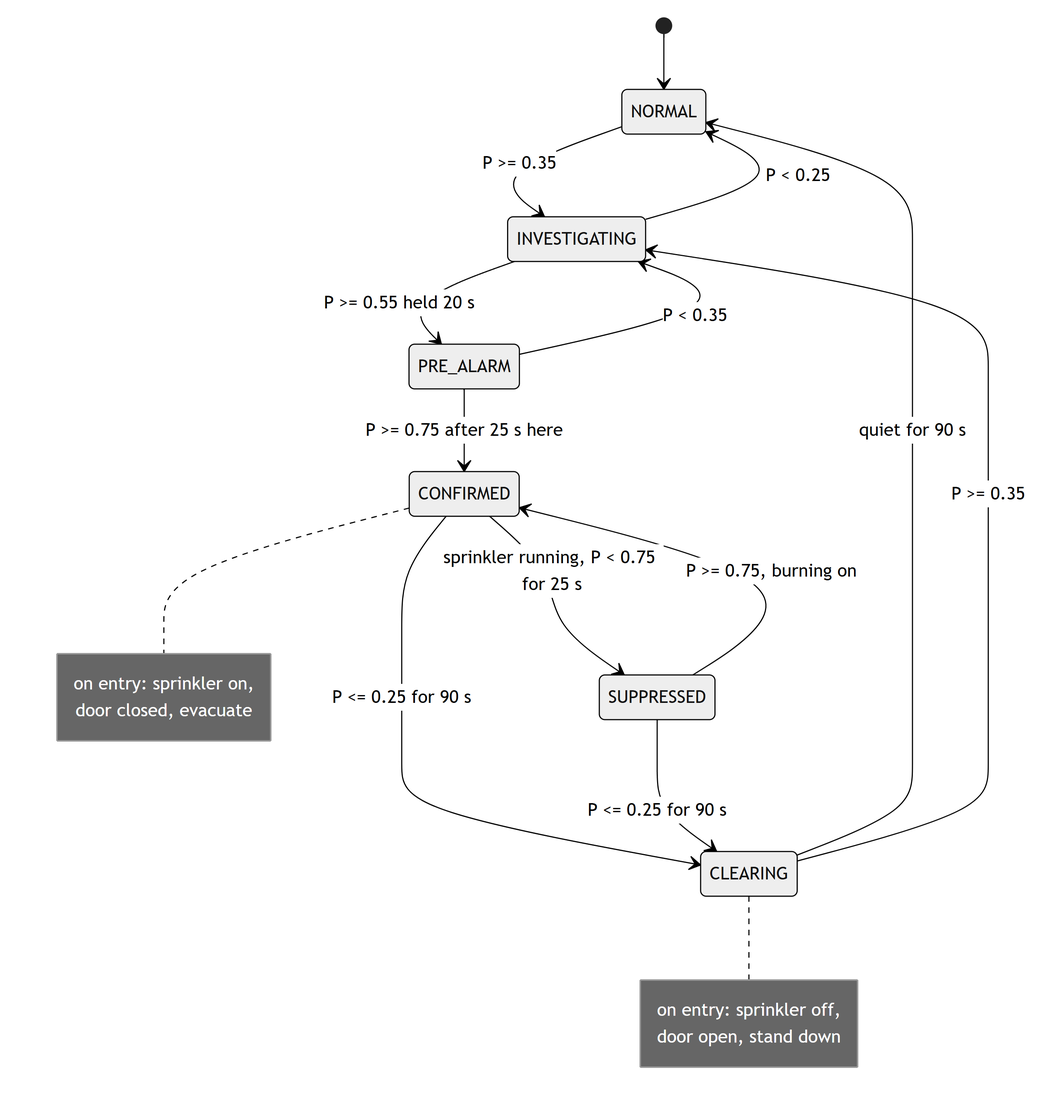
Earlier version of the Mermaid export firelab/Embedded_Intelligence_at_the_edge_Project_Proposal/images/state.png (Ekpenyong-Esu/BuildSim-FireDetection). Its source is kept beside it as firelab/Embedded_Intelligence_at_the_edge_Project_Proposal/images/state.mmd. The source it was exported from:
```mermaid
stateDiagram-v2
  direction TB
  [*] --> NORMAL
  NORMAL --> INVESTIGATING: P >= 0.35
  INVESTIGATING --> NORMAL: P < 0.25
  INVESTIGATING --> PRE_ALARM: P >= 0.55 held 20 s
  PRE_ALARM --> INVESTIGATING: P < 0.35
  PRE_ALARM --> CONFIRMED: P >= 0.75 after 25 s here
  CONFIRMED --> SUPPRESSED: sprinkler running, P < 0.75 for 25 s
  SUPPRESSED --> CONFIRMED: P >= 0.75, burning on
  CONFIRMED --> CLEARING: P <= 0.25 for 90 s
  SUPPRESSED --> CLEARING: P <= 0.25 for 90 s
  CLEARING --> NORMAL: quiet for 90 s
  CLEARING --> INVESTIGATING: P >= 0.35
  note right of CONFIRMED
    on entry: sprinkler on,
    door closed, evacuate
  end note
  note right of CLEARING
    on entry: sprinkler off,
    door open, stand down
  end note
```
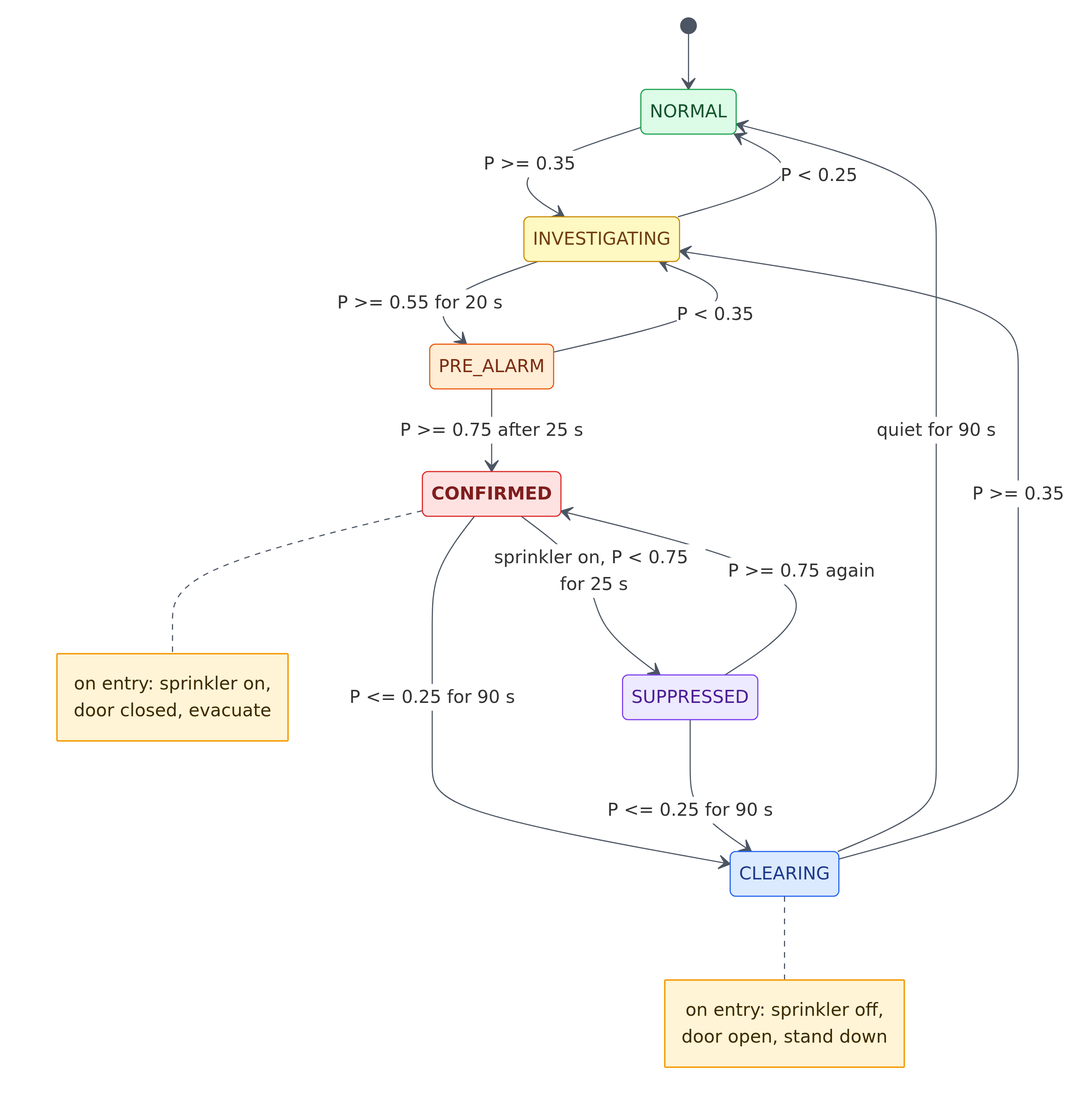
The same diagram one commit later.

What changed in the source:
```diff
@@ -1,13 +1,14 @@
+%%{init: {"theme": "base", "themeVariables": {"noteBkgColor": "#fff4d6", "noteBorderColor": "#f59e0b", "noteTextColor": "#3d2c00", "lineColor": "#4b5563", "edgeLabelBackground": "#ffffff", "fontFamily": "Trebuchet MS, Arial, sans-serif"}}}%%
 stateDiagram-v2
   direction TB
   [*] --> NORMAL
   NORMAL --> INVESTIGATING: P >= 0.35
   INVESTIGATING --> NORMAL: P < 0.25
-  INVESTIGATING --> PRE_ALARM: P >= 0.55 held 20 s
+  INVESTIGATING --> PRE_ALARM: P >= 0.55 for 20 s
   PRE_ALARM --> INVESTIGATING: P < 0.35
-  PRE_ALARM --> CONFIRMED: P >= 0.75 after 25 s here
-  CONFIRMED --> SUPPRESSED: sprinkler running, P < 0.75 for 25 s
-  SUPPRESSED --> CONFIRMED: P >= 0.75, burning on
+  PRE_ALARM --> CONFIRMED: P >= 0.75 after 25 s
+  CONFIRMED --> SUPPRESSED: sprinkler on, P < 0.75 for 25 s
+  SUPPRESSED --> CONFIRMED: P >= 0.75 again
   CONFIRMED --> CLEARING: P <= 0.25 for 90 s
   SUPPRESSED --> CLEARING: P <= 0.25 for 90 s
   CLEARING --> NORMAL: quiet for 90 s
@@ -20,3 +21,15 @@
     on entry: sprinkler off,
     door open, stand down
   end note
+  classDef normal fill:#dcfce7,stroke:#16a34a,color:#14532d
+  classDef investigating fill:#fef9c3,stroke:#ca8a04,color:#713f12
+  classDef prealarm fill:#ffedd5,stroke:#ea580c,color:#7c2d12
+  classDef confirmed fill:#fee2e2,stroke:#dc2626,color:#7f1d1d,font-weight:bold
+  classDef suppressed fill:#ede9fe,stroke:#7c3aed,color:#4c1d95
+  classDef clearing fill:#dbeafe,stroke:#2563eb,color:#1e3a8a
+  class NORMAL normal
+  class INVESTIGATING investigating
+  class PRE_ALARM prealarm
+  class CONFIRMED confirmed
+  class SUPPRESSED suppressed
+  class CLEARING clearing
```
